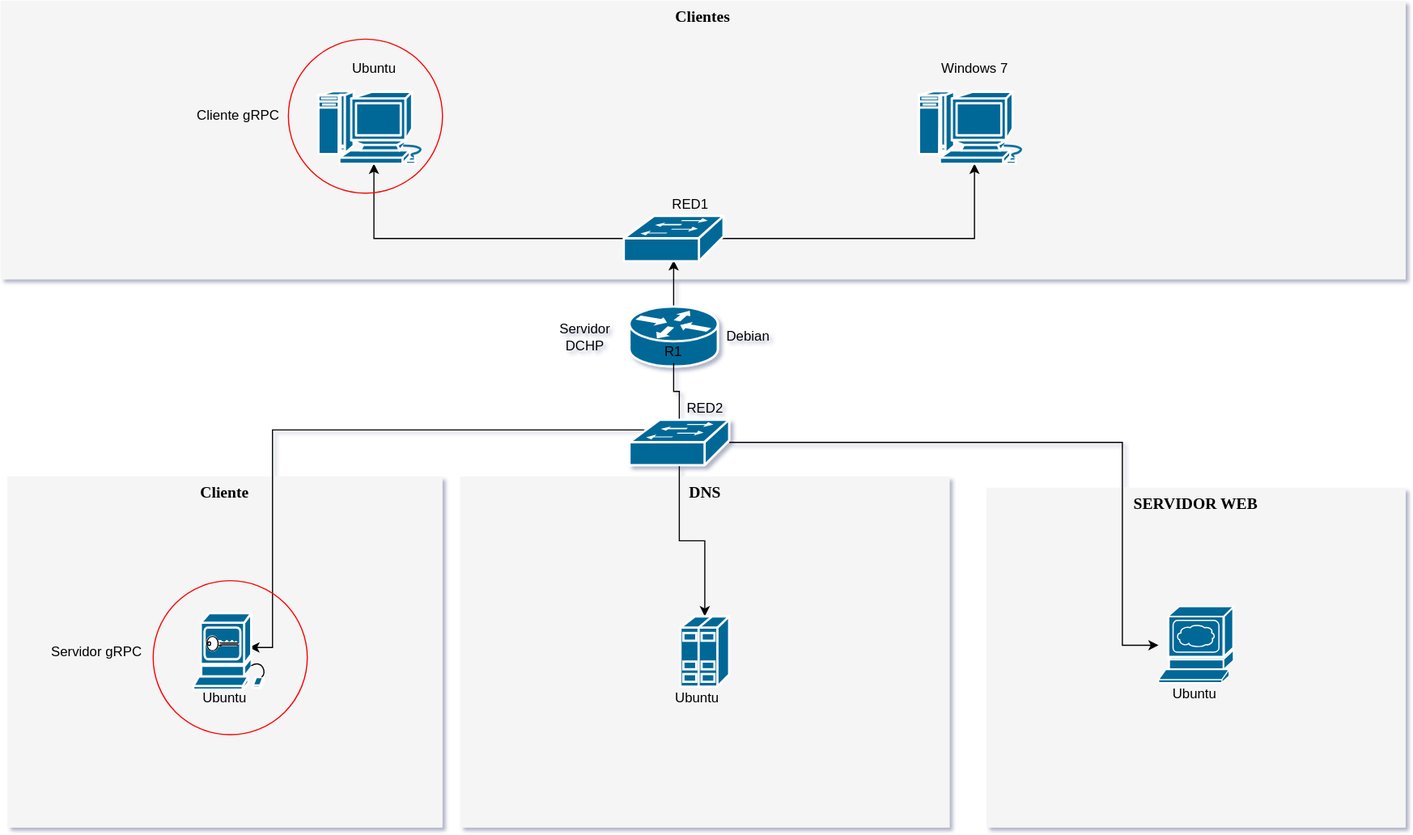
The draw.io diagram PracticasyTutoriales/Recursos/DiagramaPractica2SD.svg in yesserm/SistemasDistribuidos2021, before a commit. Source tidied: cells renumbered, new cells last; positions are measured from the earlier drawing's top-left corner, leaving out a move shared by most shapes.
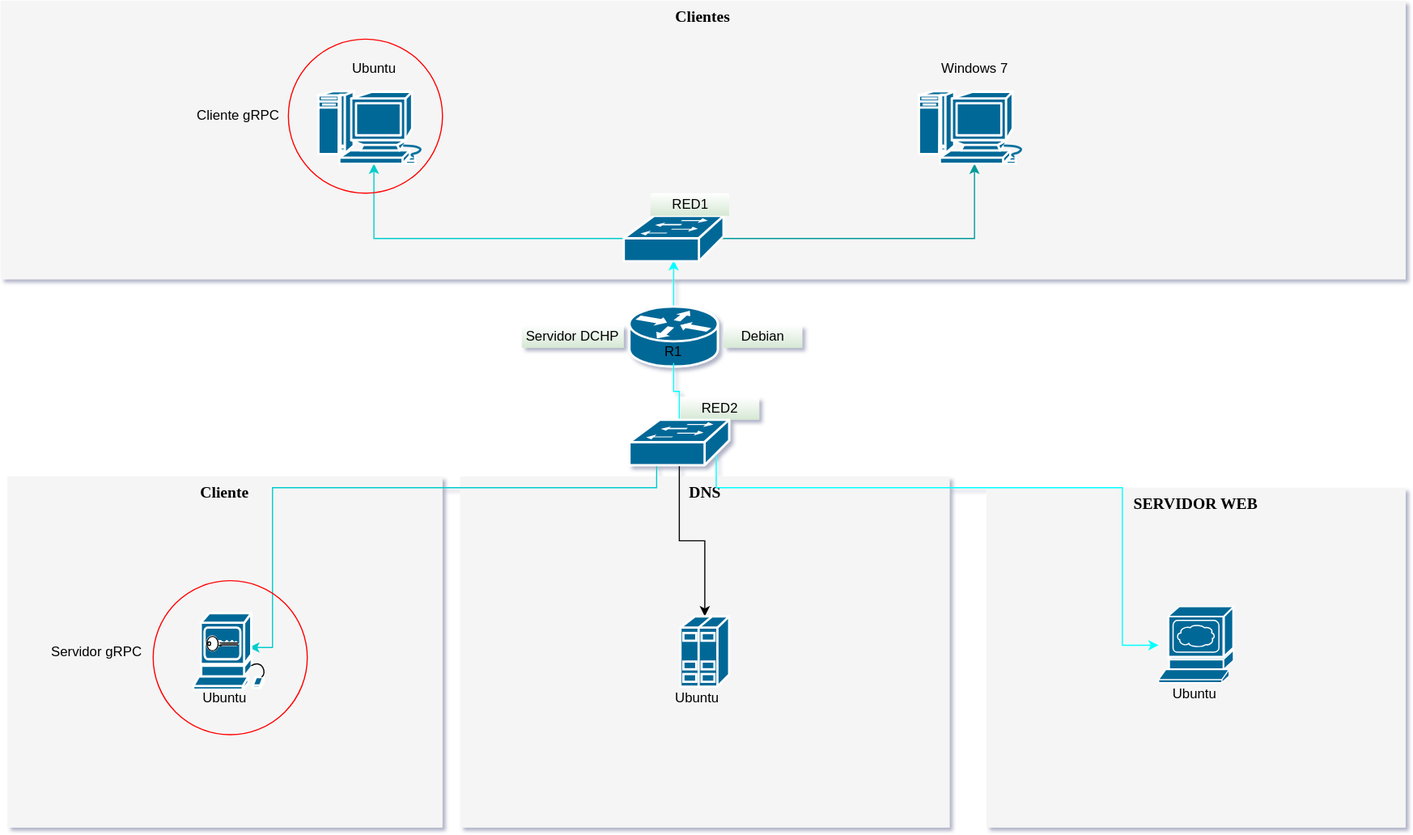
The same diagram one commit later.

Commit message:
Correccion a imagen de topologia P2

Change to the diagram source:
```diff
@@ -94,26 +94,28 @@
         <mxPoint x="1060" y="705.6" as="sourcePoint" />
       </mxGeometry>
     </mxCell>
-    <mxCell id="22" style="edgeStyle=orthogonalEdgeStyle;rounded=0;jettySize=auto;html=1;exitX=0;exitY=0.5;exitDx=0;exitDy=0;exitPerimeter=0;entryX=0.5;entryY=1;entryDx=0;entryDy=0;entryPerimeter=0;" parent="1" edge="1" source="42" target="32">
+    <mxCell id="22" style="edgeStyle=orthogonalEdgeStyle;rounded=0;jettySize=auto;html=1;exitX=0;exitY=0.5;exitDx=0;exitDy=0;exitPerimeter=0;entryX=0.5;entryY=1;entryDx=0;entryDy=0;entryPerimeter=0;fillColor=#b1ddf0;strokeColor=#00CCCC;" parent="1" edge="1" source="42" target="32">
       <mxGeometry relative="1" as="geometry" />
     </mxCell>
-    <mxCell id="23" style="edgeStyle=orthogonalEdgeStyle;rounded=0;jettySize=auto;html=1;exitX=0.98;exitY=0.5;exitDx=0;exitDy=0;exitPerimeter=0;entryX=0.5;entryY=1;entryDx=0;entryDy=0;entryPerimeter=0;" parent="1" edge="1" source="42" target="31">
+    <mxCell id="23" style="edgeStyle=orthogonalEdgeStyle;rounded=0;jettySize=auto;html=1;exitX=0.98;exitY=0.5;exitDx=0;exitDy=0;exitPerimeter=0;entryX=0.5;entryY=1;entryDx=0;entryDy=0;entryPerimeter=0;fillColor=#b1ddf0;strokeColor=#009999;" parent="1" edge="1" source="42" target="31">
       <mxGeometry relative="1" as="geometry" />
     </mxCell>
-    <mxCell id="24" style="edgeStyle=orthogonalEdgeStyle;rounded=0;jettySize=auto;html=1;exitX=0.168;exitY=0.4;exitDx=0;exitDy=0;exitPerimeter=0;" parent="1" edge="1" source="46">
+    <mxCell id="24" style="edgeStyle=orthogonalEdgeStyle;rounded=0;jettySize=auto;html=1;exitX=0.168;exitY=0.4;exitDx=0;exitDy=0;exitPerimeter=0;fillColor=#b1ddf0;strokeColor=#00CCCC;" parent="1" edge="1" source="46">
       <mxGeometry relative="1" as="geometry">
         <mxPoint x="219.5" y="644" as="targetPoint" />
         <Array as="points">
-          <mxPoint x="579" y="452" />
-          <mxPoint x="240" y="452" />
+          <mxPoint x="579" y="459" />
+          <mxPoint x="579" y="503" />
+          <mxPoint x="240" y="503" />
           <mxPoint x="240" y="644" />
         </Array>
       </mxGeometry>
     </mxCell>
-    <mxCell id="25" style="edgeStyle=orthogonalEdgeStyle;rounded=0;jettySize=auto;html=1;" parent="1" edge="1" source="46" target="29">
+    <mxCell id="25" style="edgeStyle=orthogonalEdgeStyle;rounded=0;jettySize=auto;html=1;fillColor=#b1ddf0;strokeColor=#00FFFF;exitX=0.87;exitY=0.74;exitDx=0;exitDy=0;exitPerimeter=0;" parent="1" edge="1" source="46" target="29">
       <mxGeometry relative="1" as="geometry">
         <Array as="points">
-          <mxPoint x="990" y="463" />
+          <mxPoint x="632" y="503" />
+          <mxPoint x="990" y="503" />
           <mxPoint x="990" y="642" />
         </Array>
       </mxGeometry>
@@ -121,7 +123,7 @@
     <mxCell id="26" style="edgeStyle=orthogonalEdgeStyle;rounded=0;jettySize=auto;html=1;exitX=0.5;exitY=0.98;exitDx=0;exitDy=0;exitPerimeter=0;entryX=0.5;entryY=0;entryDx=0;entryDy=0;entryPerimeter=0;" parent="1" edge="1" source="46" target="30">
       <mxGeometry relative="1" as="geometry" />
     </mxCell>
-    <mxCell id="27" style="edgeStyle=orthogonalEdgeStyle;rounded=0;jettySize=auto;html=1;exitX=0.5;exitY=0;exitDx=0;exitDy=0;exitPerimeter=0;entryX=0.5;entryY=0.98;entryDx=0;entryDy=0;entryPerimeter=0;" parent="1" edge="1" source="28" target="42">
+    <mxCell id="27" style="edgeStyle=orthogonalEdgeStyle;rounded=0;jettySize=auto;html=1;exitX=0.5;exitY=0;exitDx=0;exitDy=0;exitPerimeter=0;entryX=0.5;entryY=0.98;entryDx=0;entryDy=0;entryPerimeter=0;fillColor=#b1ddf0;strokeColor=#00FFFF;" parent="1" edge="1" source="28" target="42">
       <mxGeometry relative="1" as="geometry" />
     </mxCell>
     <mxCell id="28" style="shape=mxgraph.cisco.routers.router;html=1;dashed=0;fillColor=#036897;strokeColor=#ffffff;strokeWidth=2;verticalLabelPosition=bottom;verticalAlign=top;rounded=0;shadow=0;comic=0;fontFamily=Verdana;fontSize=12;" parent="1" vertex="1">
@@ -139,7 +141,7 @@
     <mxCell id="32" style="shape=mxgraph.cisco.computers_and_peripherals.macintosh;html=1;dashed=0;fillColor=#036897;strokeColor=#ffffff;strokeWidth=2;verticalLabelPosition=bottom;verticalAlign=top;align=center;outlineConnect=0;" parent="1" vertex="1">
       <mxGeometry x="280" y="153" width="99" height="64" as="geometry" />
     </mxCell>
-    <mxCell id="33" style="edgeStyle=orthogonalEdgeStyle;rounded=0;jettySize=auto;html=1;exitX=0.5;exitY=1;exitDx=0;exitDy=0;entryX=0.5;entryY=0;entryDx=0;entryDy=0;entryPerimeter=0;endArrow=none;endFill=0;" parent="1" edge="1" source="34" target="46">
+    <mxCell id="33" style="edgeStyle=orthogonalEdgeStyle;rounded=0;jettySize=auto;html=1;exitX=0.5;exitY=1;exitDx=0;exitDy=0;entryX=0.5;entryY=0;entryDx=0;entryDy=0;entryPerimeter=0;endArrow=none;endFill=0;fillColor=#b1ddf0;strokeColor=#00FFFF;" parent="1" edge="1" source="34" target="46">
       <mxGeometry relative="1" as="geometry" />
     </mxCell>
     <mxCell id="34" value="R1" style="text;html=1;strokeColor=none;fillColor=none;align=center;verticalAlign=middle;whiteSpace=wrap;rounded=0;" parent="1" vertex="1">
@@ -160,8 +162,8 @@
     <mxCell id="39" value="Ubuntu" style="text;html=1;strokeColor=none;fillColor=none;align=center;verticalAlign=middle;whiteSpace=wrap;rounded=0;" parent="1" vertex="1">
       <mxGeometry x="1018.5" y="675" width="69.5" height="20" as="geometry" />
     </mxCell>
-    <mxCell id="40" value="Debian" style="text;html=1;strokeColor=none;fillColor=none;align=center;verticalAlign=middle;whiteSpace=wrap;rounded=0;" parent="1" vertex="1">
-      <mxGeometry x="625" y="359.5" width="69.5" height="20" as="geometry" />
+    <mxCell id="40" value="Debian" style="text;html=1;strokeColor=none;align=center;verticalAlign=middle;whiteSpace=wrap;rounded=0;fillColor=#ffffff;gradientColor=#D5E8D4;" parent="1" vertex="1">
+      <mxGeometry x="638" y="359.5" width="69.5" height="20" as="geometry" />
     </mxCell>
     <mxCell id="41" value="Windows 7" style="text;html=1;strokeColor=none;fillColor=none;align=center;verticalAlign=middle;whiteSpace=wrap;rounded=0;" parent="1" vertex="1">
       <mxGeometry x="824.8" y="123" width="69.5" height="20" as="geometry" />
@@ -169,14 +171,14 @@
     <mxCell id="42" style="shape=mxgraph.cisco.switches.workgroup_switch;html=1;dashed=0;fillColor=#036897;strokeColor=#ffffff;strokeWidth=2;verticalLabelPosition=bottom;verticalAlign=top;align=center;outlineConnect=0;" parent="1" vertex="1">
       <mxGeometry x="550" y="263" width="88" height="40" as="geometry" />
     </mxCell>
-    <mxCell id="43" value="RED1" style="text;html=1;strokeColor=none;fillColor=none;align=center;verticalAlign=middle;whiteSpace=wrap;rounded=0;" parent="1" vertex="1">
+    <mxCell id="43" value="RED1" style="text;html=1;strokeColor=none;align=center;verticalAlign=middle;whiteSpace=wrap;rounded=0;fillColor=#ffffff;gradientColor=#D5E8D4;" parent="1" vertex="1">
       <mxGeometry x="573.5" y="243" width="69.5" height="20" as="geometry" />
     </mxCell>
-    <mxCell id="44" value="RED2" style="text;html=1;strokeColor=none;fillColor=none;align=center;verticalAlign=middle;whiteSpace=wrap;rounded=0;" parent="1" vertex="1">
-      <mxGeometry x="586.8" y="423" width="69.5" height="20" as="geometry" />
+    <mxCell id="44" value="RED2" style="text;html=1;strokeColor=none;align=center;verticalAlign=middle;whiteSpace=wrap;rounded=0;fillColor=#FFFFFF;gradientColor=#D5E8D4;" parent="1" vertex="1">
+      <mxGeometry x="600" y="423" width="69.5" height="20" as="geometry" />
     </mxCell>
-    <mxCell id="45" value="Servidor DCHP" style="text;html=1;strokeColor=none;fillColor=none;align=center;verticalAlign=middle;whiteSpace=wrap;rounded=0;" parent="1" vertex="1">
-      <mxGeometry x="480.5" y="359.5" width="69.5" height="20" as="geometry" />
+    <mxCell id="45" value="Servidor DCHP" style="text;html=1;strokeColor=none;align=center;verticalAlign=middle;whiteSpace=wrap;rounded=0;fillColor=#FFFFFF;gradientColor=#D5E8D4;" parent="1" vertex="1">
+      <mxGeometry x="460" y="359.5" width="90" height="20" as="geometry" />
     </mxCell>
     <mxCell id="46" style="shape=mxgraph.cisco.switches.workgroup_switch;html=1;dashed=0;fillColor=#036897;strokeColor=#ffffff;strokeWidth=2;verticalLabelPosition=bottom;verticalAlign=top;align=center;outlineConnect=0;" parent="1" vertex="1">
       <mxGeometry x="555" y="443" width="88" height="40" as="geometry" />
```
